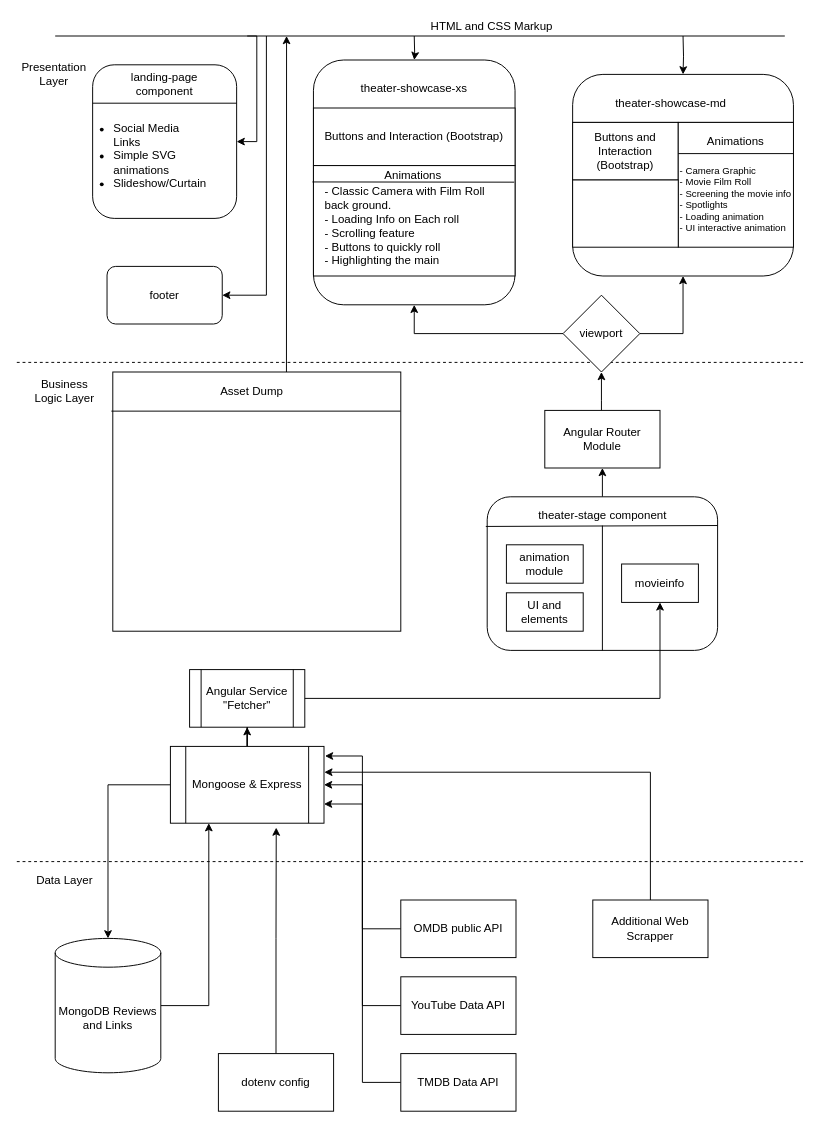
The draw.io diagram documentation/Architecture-diagram.drawio in Mediocorite/angular_flophitheater, before the edit. Source tidied: cells renumbered, new cells numbered last; positions are measured from the earlier drawing's top-left corner, leaving out a move shared by most shapes. Both pictures are drawn from the tidied source at 96%, with x=0, y=0 at pixel (16, 16).
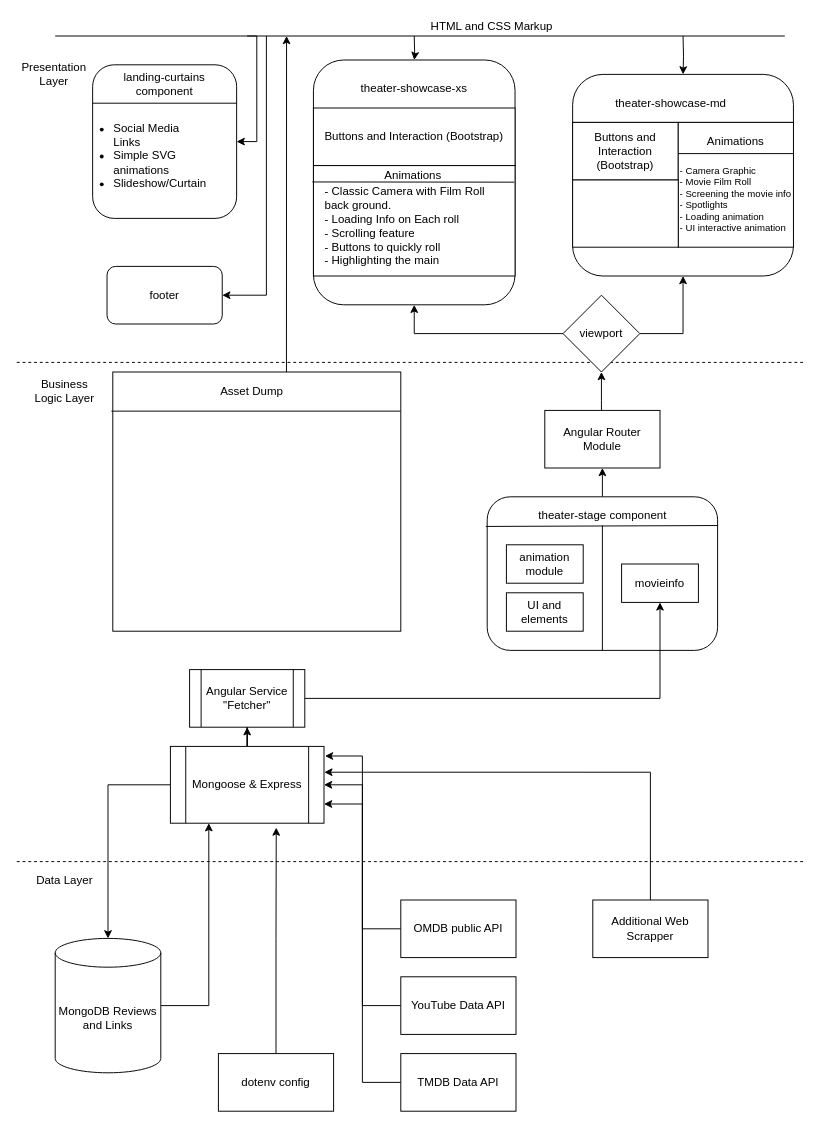
The same page after the edit.

What changed in the source:
```diff
@@
-    <mxCell id="32" value="&lt;div&gt;landing-page component&lt;/div&gt;" style="text;html=1;strokeColor=none;fillColor=none;align=center;verticalAlign=middle;whiteSpace=wrap;rounded=0;" parent="1" vertex="1">
+    <mxCell id="32" value="&lt;div&gt;landing-curtains component&lt;/div&gt;" style="text;html=1;strokeColor=none;fillColor=none;align=center;verticalAlign=middle;whiteSpace=wrap;rounded=0;" parent="1" vertex="1">
       <mxGeometry x="109" y="60" width="90" height="20" as="geometry" />
     </mxCell>
```
